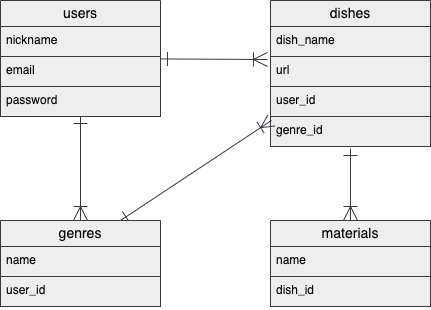
This is er.drawio.png from gaku1114/recipe-management, a draw.io export, as it was before one commit. Source tidied: cells renumbered, new cells last; positions are measured from the earlier drawing's top-left corner, leaving out a move shared by most shapes. Its diagram source:
```xml
<mxGraphModel>
  <root>
    <mxCell id="0" />
    <mxCell id="1" parent="0" />
    <mxCell id="2" style="edgeStyle=none;html=1;entryX=-0.019;entryY=0.1;entryDx=0;entryDy=0;entryPerimeter=0;startArrow=ERone;startFill=0;endArrow=ERoneToMany;endFill=0;endSize=12;startSize=12;fillColor=#eeeeee;strokeColor=#36393d;fontColor=#0a0a0a;" parent="1" edge="1" source="3" target="9">
      <mxGeometry relative="1" as="geometry" />
    </mxCell>
    <mxCell id="3" value="users" style="swimlane;fontStyle=0;horizontal=1;startSize=26;align=center;fontSize=14;fillColor=#eeeeee;strokeColor=#36393d;whiteSpace=wrap;fontColor=#0a0a0a;" parent="1" vertex="1">
      <mxGeometry width="160" height="116" as="geometry" />
    </mxCell>
    <mxCell id="4" value="nickname" style="text;strokeColor=#36393d;fillColor=#eeeeee;spacingLeft=4;spacingRight=4;overflow=hidden;fontSize=12;whiteSpace=wrap;fontColor=#0a0a0a;" parent="3" vertex="1">
      <mxGeometry y="26" width="160" height="30" as="geometry" />
    </mxCell>
    <mxCell id="5" value="email" style="text;strokeColor=#36393d;fillColor=#eeeeee;spacingLeft=4;spacingRight=4;overflow=hidden;fontSize=12;whiteSpace=wrap;fontColor=#0a0a0a;" parent="3" vertex="1">
      <mxGeometry y="56" width="160" height="30" as="geometry" />
    </mxCell>
    <mxCell id="6" value="password" style="text;strokeColor=#36393d;fillColor=#eeeeee;spacingLeft=4;spacingRight=4;overflow=hidden;points=[[0,0.5],[1,0.5]];portConstraint=eastwest;fontSize=12;whiteSpace=wrap;fontColor=#0a0a0a;" parent="3" vertex="1">
      <mxGeometry y="86" width="160" height="30" as="geometry" />
    </mxCell>
    <mxCell id="7" value="dishes" style="swimlane;fontStyle=0;horizontal=1;startSize=26;align=center;fontSize=14;fillColor=#eeeeee;strokeColor=#36393d;whiteSpace=wrap;fontColor=#0a0a0a;" parent="1" vertex="1">
      <mxGeometry x="270" width="160" height="146" as="geometry" />
    </mxCell>
    <mxCell id="8" value="dish_name" style="text;strokeColor=#36393d;fillColor=#eeeeee;spacingLeft=4;spacingRight=4;overflow=hidden;points=[[0,0.5],[1,0.5]];portConstraint=eastwest;fontSize=12;whiteSpace=wrap;fontColor=#0a0a0a;" parent="7" vertex="1">
      <mxGeometry y="26" width="160" height="30" as="geometry" />
    </mxCell>
    <mxCell id="9" value="url" style="text;strokeColor=#36393d;fillColor=#eeeeee;spacingLeft=4;spacingRight=4;overflow=hidden;points=[[0,0.5],[1,0.5]];portConstraint=eastwest;fontSize=12;whiteSpace=wrap;fontColor=#0a0a0a;" parent="7" vertex="1">
      <mxGeometry y="56" width="160" height="30" as="geometry" />
    </mxCell>
    <mxCell id="10" value="user_id" style="text;strokeColor=#36393d;fillColor=#eeeeee;spacingLeft=4;spacingRight=4;overflow=hidden;fontSize=12;whiteSpace=wrap;fontColor=#0a0a0a;" parent="7" vertex="1">
      <mxGeometry y="86" width="160" height="30" as="geometry" />
    </mxCell>
    <mxCell id="11" value="genre_id" style="text;strokeColor=#36393d;fillColor=#eeeeee;spacingLeft=4;spacingRight=4;overflow=hidden;points=[[0,0.5],[1,0.5]];portConstraint=eastwest;fontSize=12;whiteSpace=wrap;fontColor=#0a0a0a;" parent="7" vertex="1">
      <mxGeometry y="116" width="160" height="30" as="geometry" />
    </mxCell>
    <mxCell id="12" style="edgeStyle=none;html=1;endArrow=ERone;endFill=0;startArrow=ERoneToMany;startFill=0;endSize=12;startSize=12;fillColor=#eeeeee;strokeColor=#36393d;fontColor=#fdfcfc;" parent="1" edge="1" source="14" target="6">
      <mxGeometry relative="1" as="geometry" />
    </mxCell>
    <mxCell id="13" style="edgeStyle=none;html=1;exitX=0.75;exitY=0;exitDx=0;exitDy=0;entryX=0.006;entryY=0.133;entryDx=0;entryDy=0;entryPerimeter=0;startArrow=ERone;startFill=0;endArrow=ERoneToMany;endFill=0;endSize=11;startSize=11;fillColor=#eeeeee;strokeColor=#36393d;fontColor=#0a0a0a;" parent="1" edge="1" source="14" target="11">
      <mxGeometry relative="1" as="geometry" />
    </mxCell>
    <mxCell id="14" value="genres" style="swimlane;fontStyle=0;horizontal=1;startSize=26;align=center;fontSize=14;fillColor=#eeeeee;strokeColor=#36393d;whiteSpace=wrap;fontColor=#0a0a0a;" parent="1" vertex="1">
      <mxGeometry y="220" width="160" height="86" as="geometry" />
    </mxCell>
    <mxCell id="15" value="name" style="text;strokeColor=#36393d;fillColor=#eeeeee;spacingLeft=4;spacingRight=4;overflow=hidden;fontSize=12;whiteSpace=wrap;fontColor=#0a0a0a;" parent="14" vertex="1">
      <mxGeometry y="26" width="160" height="30" as="geometry" />
    </mxCell>
    <mxCell id="16" value="user_id" style="text;strokeColor=#36393d;fillColor=#eeeeee;spacingLeft=4;spacingRight=4;overflow=hidden;fontSize=12;whiteSpace=wrap;fontColor=#0a0a0a;" parent="14" vertex="1">
      <mxGeometry y="56" width="160" height="30" as="geometry" />
    </mxCell>
    <mxCell id="17" style="edgeStyle=none;html=1;exitX=0.5;exitY=0;exitDx=0;exitDy=0;entryX=0.5;entryY=1.067;entryDx=0;entryDy=0;entryPerimeter=0;startArrow=ERoneToMany;startFill=0;endArrow=ERone;endFill=0;endSize=12;startSize=12;fillColor=#eeeeee;strokeColor=#36393d;fontColor=#0a0a0a;" parent="1" edge="1" source="18" target="11">
      <mxGeometry relative="1" as="geometry" />
    </mxCell>
    <mxCell id="18" value="materials" style="swimlane;fontStyle=0;horizontal=1;startSize=26;align=center;fontSize=14;fillColor=#eeeeee;strokeColor=#36393d;whiteSpace=wrap;fontColor=#0a0a0a;" parent="1" vertex="1">
      <mxGeometry x="270" y="220" width="160" height="86" as="geometry" />
    </mxCell>
    <mxCell id="19" value="name" style="text;strokeColor=#36393d;fillColor=#eeeeee;spacingLeft=4;spacingRight=4;overflow=hidden;fontSize=12;whiteSpace=wrap;fontColor=#0a0a0a;" parent="18" vertex="1">
      <mxGeometry y="26" width="160" height="30" as="geometry" />
    </mxCell>
    <mxCell id="20" value="dish_id" style="text;strokeColor=#36393d;fillColor=#eeeeee;spacingLeft=4;spacingRight=4;overflow=hidden;fontSize=12;whiteSpace=wrap;fontColor=#0a0a0a;" parent="18" vertex="1">
      <mxGeometry y="56" width="160" height="30" as="geometry" />
    </mxCell>
  </root>
</mxGraphModel>
```
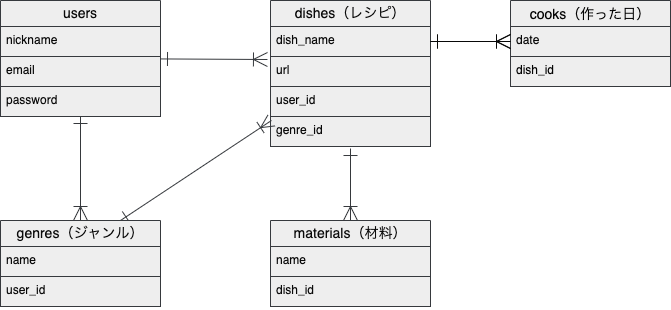
After the commit.

Diff of the diagram source:
```diff
@@ -17,7 +17,7 @@
     <mxCell id="6" value="password" style="text;strokeColor=#36393d;fillColor=#eeeeee;spacingLeft=4;spacingRight=4;overflow=hidden;points=[[0,0.5],[1,0.5]];portConstraint=eastwest;fontSize=12;whiteSpace=wrap;fontColor=#0a0a0a;" parent="3" vertex="1">
       <mxGeometry y="86" width="160" height="30" as="geometry" />
     </mxCell>
-    <mxCell id="7" value="dishes" style="swimlane;fontStyle=0;horizontal=1;startSize=26;align=center;fontSize=14;fillColor=#eeeeee;strokeColor=#36393d;whiteSpace=wrap;fontColor=#0a0a0a;" parent="1" vertex="1">
+    <mxCell id="7" value="dishes（レシピ）" style="swimlane;fontStyle=0;horizontal=1;startSize=26;align=center;fontSize=14;fillColor=#eeeeee;strokeColor=#36393d;whiteSpace=wrap;fontColor=#0a0a0a;" parent="1" vertex="1">
       <mxGeometry x="270" width="160" height="146" as="geometry" />
     </mxCell>
     <mxCell id="8" value="dish_name" style="text;strokeColor=#36393d;fillColor=#eeeeee;spacingLeft=4;spacingRight=4;overflow=hidden;points=[[0,0.5],[1,0.5]];portConstraint=eastwest;fontSize=12;whiteSpace=wrap;fontColor=#0a0a0a;" parent="7" vertex="1">
@@ -38,7 +38,7 @@
     <mxCell id="13" style="edgeStyle=none;html=1;exitX=0.75;exitY=0;exitDx=0;exitDy=0;entryX=0.006;entryY=0.133;entryDx=0;entryDy=0;entryPerimeter=0;startArrow=ERone;startFill=0;endArrow=ERoneToMany;endFill=0;endSize=11;startSize=11;fillColor=#eeeeee;strokeColor=#36393d;fontColor=#0a0a0a;" parent="1" edge="1" source="14" target="11">
       <mxGeometry relative="1" as="geometry" />
     </mxCell>
-    <mxCell id="14" value="genres" style="swimlane;fontStyle=0;horizontal=1;startSize=26;align=center;fontSize=14;fillColor=#eeeeee;strokeColor=#36393d;whiteSpace=wrap;fontColor=#0a0a0a;" parent="1" vertex="1">
+    <mxCell id="14" value="genres（ジャンル）" style="swimlane;fontStyle=0;horizontal=1;startSize=26;align=center;fontSize=14;fillColor=#eeeeee;strokeColor=#36393d;whiteSpace=wrap;fontColor=#0a0a0a;" parent="1" vertex="1">
       <mxGeometry y="220" width="160" height="86" as="geometry" />
     </mxCell>
     <mxCell id="15" value="name" style="text;strokeColor=#36393d;fillColor=#eeeeee;spacingLeft=4;spacingRight=4;overflow=hidden;fontSize=12;whiteSpace=wrap;fontColor=#0a0a0a;" parent="14" vertex="1">
@@ -50,7 +50,7 @@
     <mxCell id="17" style="edgeStyle=none;html=1;exitX=0.5;exitY=0;exitDx=0;exitDy=0;entryX=0.5;entryY=1.067;entryDx=0;entryDy=0;entryPerimeter=0;startArrow=ERoneToMany;startFill=0;endArrow=ERone;endFill=0;endSize=12;startSize=12;fillColor=#eeeeee;strokeColor=#36393d;fontColor=#0a0a0a;" parent="1" edge="1" source="18" target="11">
       <mxGeometry relative="1" as="geometry" />
     </mxCell>
-    <mxCell id="18" value="materials" style="swimlane;fontStyle=0;horizontal=1;startSize=26;align=center;fontSize=14;fillColor=#eeeeee;strokeColor=#36393d;whiteSpace=wrap;fontColor=#0a0a0a;" parent="1" vertex="1">
+    <mxCell id="18" value="materials（材料）" style="swimlane;fontStyle=0;horizontal=1;startSize=26;align=center;fontSize=14;fillColor=#eeeeee;strokeColor=#36393d;whiteSpace=wrap;fontColor=#0a0a0a;" parent="1" vertex="1">
       <mxGeometry x="270" y="220" width="160" height="86" as="geometry" />
     </mxCell>
     <mxCell id="19" value="name" style="text;strokeColor=#36393d;fillColor=#eeeeee;spacingLeft=4;spacingRight=4;overflow=hidden;fontSize=12;whiteSpace=wrap;fontColor=#0a0a0a;" parent="18" vertex="1">
@@ -59,5 +59,22 @@
     <mxCell id="20" value="dish_id" style="text;strokeColor=#36393d;fillColor=#eeeeee;spacingLeft=4;spacingRight=4;overflow=hidden;fontSize=12;whiteSpace=wrap;fontColor=#0a0a0a;" parent="18" vertex="1">
       <mxGeometry y="56" width="160" height="30" as="geometry" />
     </mxCell>
+    <mxCell id="21" value="cooks（作った日）" style="swimlane;fontStyle=0;horizontal=1;startSize=26;align=center;fontSize=14;labelBackgroundColor=none;fillColor=#eeeeee;strokeColor=#36393d;fontColor=#050505;" parent="1" vertex="1">
+      <mxGeometry x="510" width="160" height="86" as="geometry" />
+    </mxCell>
+    <mxCell id="22" value="date" style="text;strokeColor=#36393d;fillColor=#eeeeee;spacingLeft=4;spacingRight=4;overflow=hidden;points=[[0,0.5],[1,0.5]];portConstraint=eastwest;fontSize=12;fontColor=#0a0a0a;" parent="21" vertex="1">
+      <mxGeometry y="26" width="160" height="30" as="geometry" />
+    </mxCell>
+    <mxCell id="23" value="dish_id" style="text;strokeColor=#36393d;fillColor=#eeeeee;spacingLeft=4;spacingRight=4;overflow=hidden;fontSize=12;fontColor=#030303;" parent="21" vertex="1">
+      <mxGeometry y="56" width="160" height="30" as="geometry" />
+    </mxCell>
+    <mxCell id="24" style="edgeStyle=none;html=1;exitX=1;exitY=0.5;exitDx=0;exitDy=0;entryX=0;entryY=0.5;entryDx=0;entryDy=0;fontColor=#0d0d0d;startArrow=ERone;startFill=0;endArrow=ERoneToMany;endFill=0;startSize=12;endSize=12;strokeColor=#080808;" parent="1" edge="1" source="8" target="22">
+      <mxGeometry relative="1" as="geometry" />
+    </mxCell>
+    <mxCell id="25" style="edgeStyle=none;html=1;exitX=1;exitY=0.5;exitDx=0;exitDy=0;strokeColor=#080808;fontColor=#f9f6f6;startArrow=ERone;startFill=0;endArrow=ERoneToMany;endFill=0;startSize=12;endSize=12;" parent="1" edge="1" source="8">
+      <mxGeometry relative="1" as="geometry">
+        <mxPoint x="510" y="41" as="targetPoint" />
+      </mxGeometry>
+    </mxCell>
   </root>
 </mxGraphModel>
```
